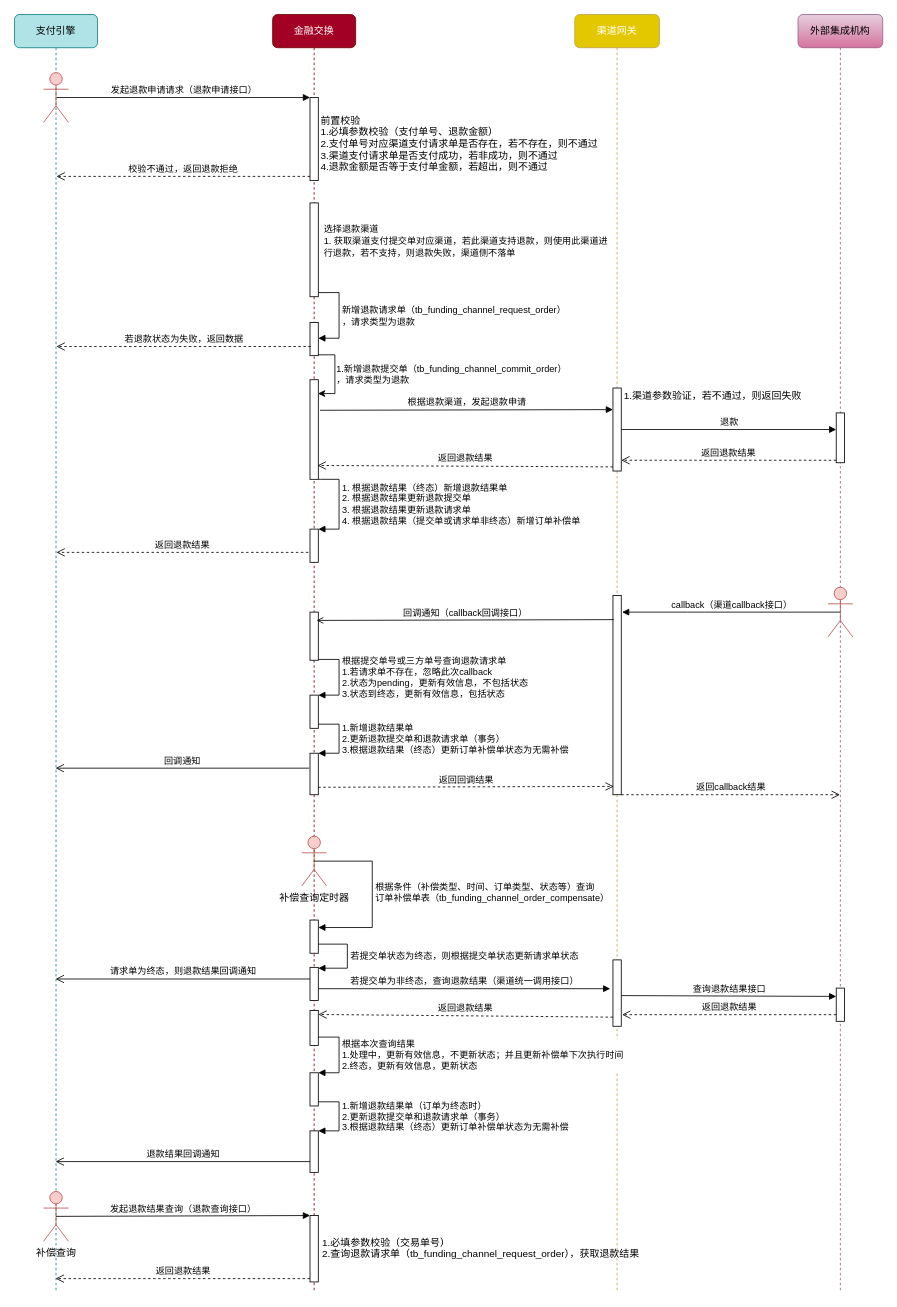
This is page "退款流程" (7 of 7) of 渠道时序图v2.drawio from CatFei666/drawio_gallery, a draw.io file, before an edit. Source tidied: cells renumbered, new cells numbered last; positions are measured from the earlier drawing's top-left corner, leaving out a move shared by most shapes. Both pictures are drawn from the tidied source at 83%, with x=0, y=0 at pixel (14, 14).
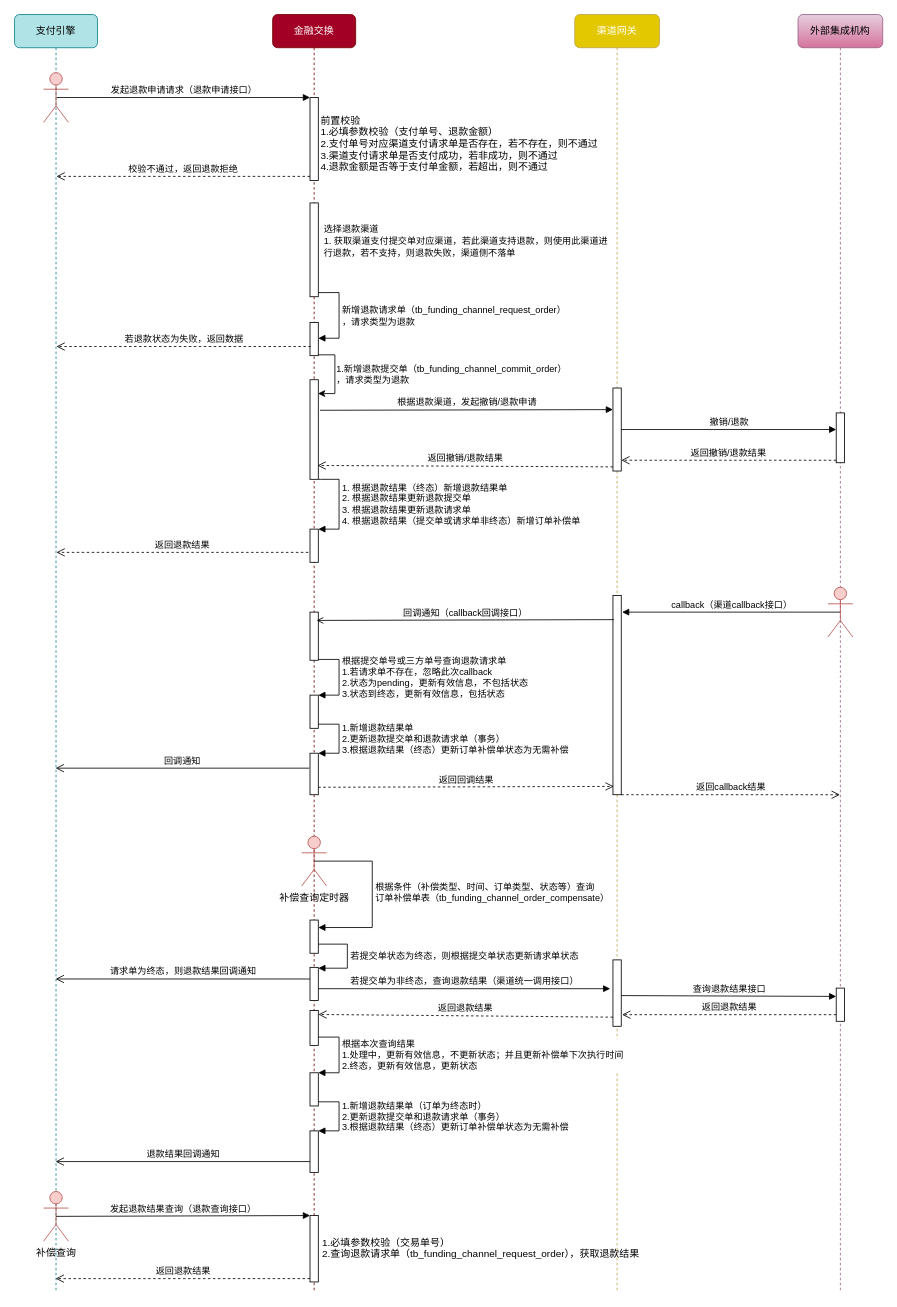
The same page after the edit.

Commit message:
更新渠道时序图v2.drawio

Unchanged cells that the change refers to:
```xml
<mxCell id="8" style="html=1;points=[];perimeter=orthogonalPerimeter;strokeWidth=1;fillColor=#FFFFFF;align=left;" parent="2" vertex="1">
  <mxGeometry x="45" y="440" width="10" height="120" as="geometry" />
</mxCell>
<mxCell id="13" style="html=1;points=[];perimeter=orthogonalPerimeter;strokeWidth=1;fillColor=#FFFFFF;align=left;" parent="12" vertex="1">
  <mxGeometry x="46" y="450" width="10" height="100" as="geometry" />
</mxCell>
<mxCell id="15" style="html=1;points=[];perimeter=orthogonalPerimeter;strokeWidth=1;fillColor=#FFFFFF;align=left;" parent="14" vertex="1">
  <mxGeometry x="46" y="480" width="10" height="60" as="geometry" />
</mxCell>
```

Diff of the diagram source:
```diff
@@
-    <mxCell id="19" value="根据退款渠道，发起退款申请" style="html=1;verticalAlign=bottom;endArrow=block;entryX=0;entryY=0;exitX=1.2;exitY=0.09;exitDx=0;exitDy=0;exitPerimeter=0;" parent="1" edge="1">
+    <mxCell id="19" value="根据退款渠道，发起撤销/退款申请" style="html=1;verticalAlign=bottom;endArrow=block;entryX=0;entryY=0;exitX=1.2;exitY=0.09;exitDx=0;exitDy=0;exitPerimeter=0;" parent="1" edge="1">
       <mxGeometry relative="1" as="geometry">
         <mxPoint x="368" y="476.8" as="sourcePoint" />
         <mxPoint x="721" y="476" as="targetPoint" />
       </mxGeometry>
     </mxCell>
-    <mxCell id="20" value="返回退款结果" style="html=1;verticalAlign=bottom;endArrow=open;dashed=1;endSize=8;exitX=0;exitY=0.95;entryX=0.9;entryY=0.861;entryDx=0;entryDy=0;entryPerimeter=0;" parent="1" edge="1" source="13" target="8">
+    <mxCell id="20" value="返回撤销/退款结果" style="html=1;verticalAlign=bottom;endArrow=open;dashed=1;endSize=8;exitX=0;exitY=0.95;entryX=0.9;entryY=0.861;entryDx=0;entryDy=0;entryPerimeter=0;" parent="1" edge="1" source="13" target="8">
       <mxGeometry relative="1" as="geometry" />
     </mxCell>
@@
-    <mxCell id="23" value="退款" style="html=1;verticalAlign=bottom;endArrow=block;entryX=0;entryY=0;" parent="1" edge="1">
+    <mxCell id="23" value="撤销/退款" style="html=1;verticalAlign=bottom;endArrow=block;entryX=0;entryY=0;" parent="1" edge="1">
       <mxGeometry relative="1" as="geometry">
         <mxPoint x="731" y="500" as="sourcePoint" />
         <mxPoint x="990" y="500" as="targetPoint" />
       </mxGeometry>
     </mxCell>
-    <mxCell id="24" value="返回退款结果" style="html=1;verticalAlign=bottom;endArrow=open;dashed=1;endSize=8;exitX=0;exitY=0.95;" parent="1" edge="1" source="15" target="13">
+    <mxCell id="24" value="返回撤销/退款结果" style="html=1;verticalAlign=bottom;endArrow=open;dashed=1;endSize=8;exitX=0;exitY=0.95;" parent="1" edge="1" source="15" target="13">
       <mxGeometry relative="1" as="geometry" />
     </mxCell>
@@
-    <mxCell id="57" value="1.渠道参数验证，若不通过，则返回失败" style="text;html=1;align=center;verticalAlign=middle;strokeColor=none;" parent="1" vertex="1">
-      <mxGeometry x="726" y="450" width="230" height="20" as="geometry" />
-    </mxCell>
```
